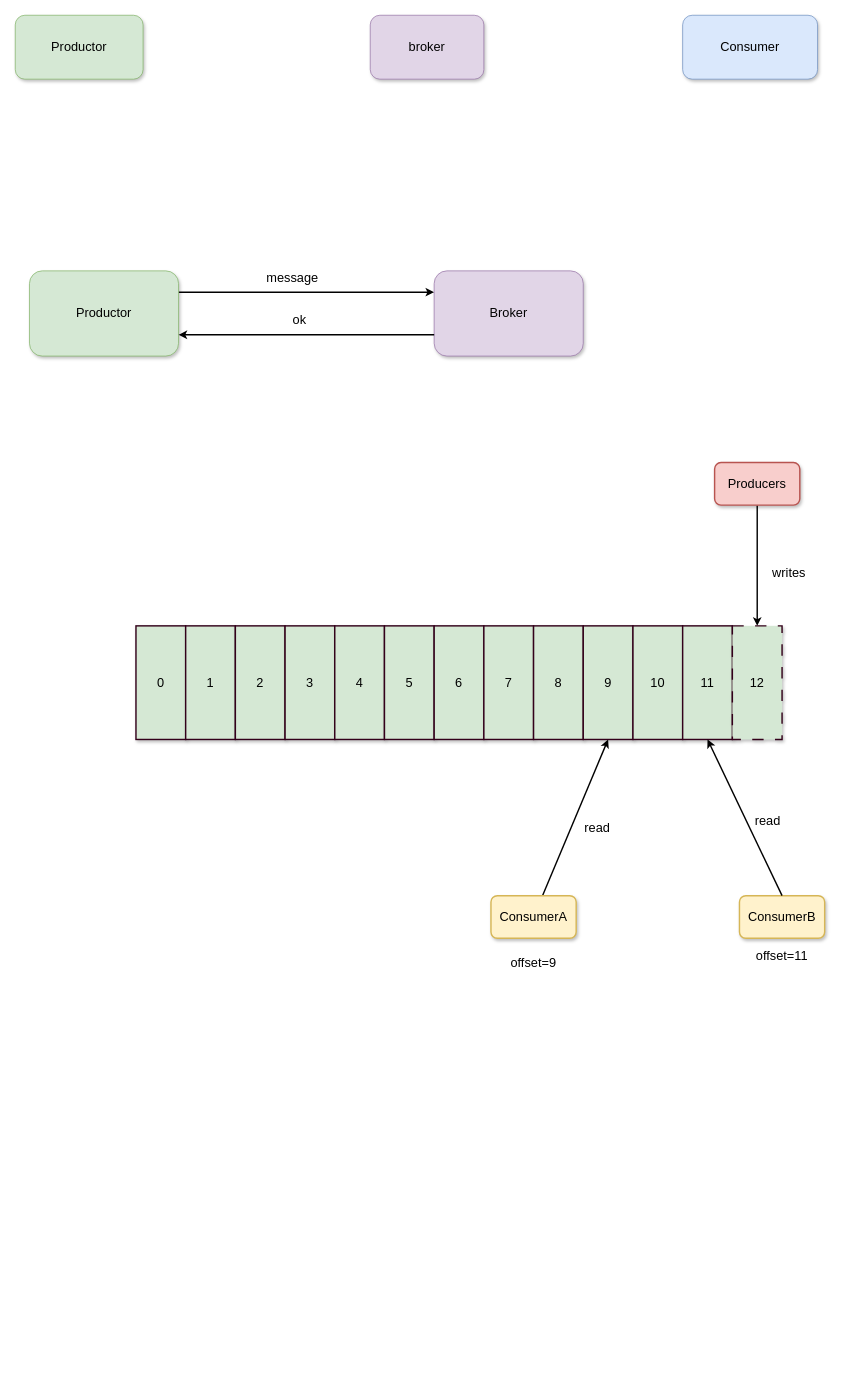
The draw.io diagram 07.mq/kafka/image/kafka.drawio in bee06/note, before the edit. Source tidied: cells renumbered, new cells numbered last; positions are measured from the earlier drawing's top-left corner, leaving out a move shared by most shapes. Both pictures are drawn from the tidied source at 71%, with x=0, y=0 at pixel (15, 15).
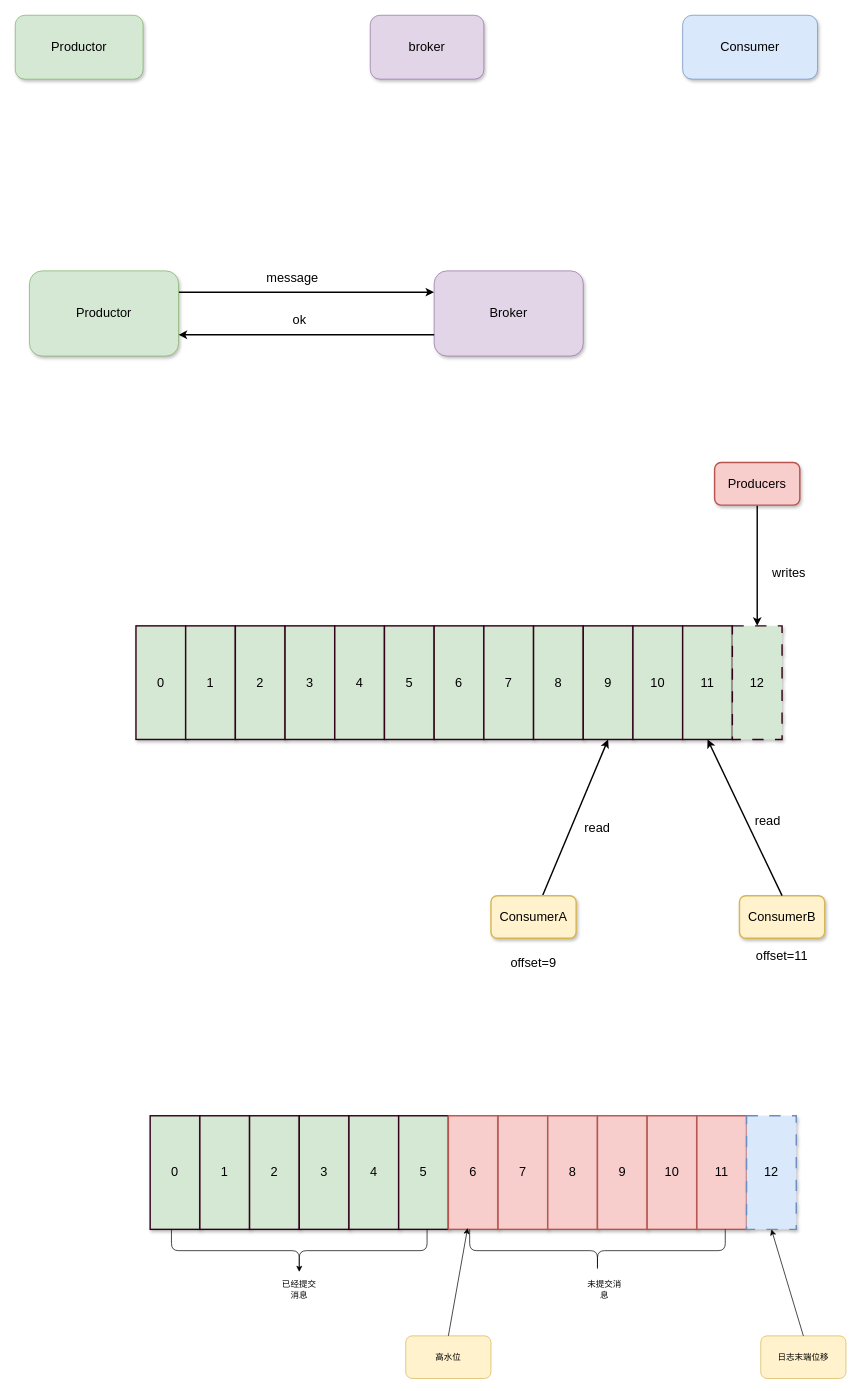
Above is the later version.

The edit, as a diff of the source:
```diff
@@
+    <mxCell id="36" value="0" style="rounded=0;whiteSpace=wrap;html=1;shadow=1;fontSize=18;fillColor=#d5e8d4;strokeColor=#33001A;glass=0;gradientColor=none;strokeWidth=2;" parent="1" vertex="1">
+      <mxGeometry x="190" y="1550" width="70" height="160" as="geometry" />
+    </mxCell>
+    <mxCell id="37" value="1" style="rounded=0;whiteSpace=wrap;html=1;shadow=1;fontSize=18;fillColor=#d5e8d4;strokeColor=#33001A;glass=0;gradientColor=none;strokeWidth=2;" parent="1" vertex="1">
+      <mxGeometry x="260" y="1550" width="70" height="160" as="geometry" />
+    </mxCell>
+    <mxCell id="38" value="2" style="rounded=0;whiteSpace=wrap;html=1;shadow=1;fontSize=18;fillColor=#d5e8d4;strokeColor=#33001A;glass=0;gradientColor=none;strokeWidth=2;" parent="1" vertex="1">
+      <mxGeometry x="330" y="1550" width="70" height="160" as="geometry" />
+    </mxCell>
+    <mxCell id="39" value="3" style="rounded=0;whiteSpace=wrap;html=1;shadow=1;fontSize=18;fillColor=#d5e8d4;strokeColor=#33001A;glass=0;gradientColor=none;strokeWidth=2;" parent="1" vertex="1">
+      <mxGeometry x="400" y="1550" width="70" height="160" as="geometry" />
+    </mxCell>
+    <mxCell id="40" value="4" style="rounded=0;whiteSpace=wrap;html=1;shadow=1;fontSize=18;fillColor=#d5e8d4;strokeColor=#33001A;glass=0;gradientColor=none;strokeWidth=2;" parent="1" vertex="1">
+      <mxGeometry x="470" y="1550" width="70" height="160" as="geometry" />
+    </mxCell>
+    <mxCell id="41" value="5" style="rounded=0;whiteSpace=wrap;html=1;shadow=1;fontSize=18;fillColor=#d5e8d4;strokeColor=#33001A;glass=0;gradientColor=none;strokeWidth=2;" parent="1" vertex="1">
+      <mxGeometry x="540" y="1550" width="70" height="160" as="geometry" />
+    </mxCell>
+    <mxCell id="42" value="6" style="rounded=0;whiteSpace=wrap;html=1;shadow=1;fontSize=18;fillColor=#f8cecc;strokeColor=#b85450;glass=0;strokeWidth=2;" parent="1" vertex="1">
+      <mxGeometry x="610" y="1550" width="70" height="160" as="geometry" />
+    </mxCell>
+    <mxCell id="43" value="7" style="rounded=0;whiteSpace=wrap;html=1;shadow=1;fontSize=18;fillColor=#f8cecc;strokeColor=#b85450;glass=0;strokeWidth=2;" parent="1" vertex="1">
+      <mxGeometry x="680" y="1550" width="70" height="160" as="geometry" />
+    </mxCell>
+    <mxCell id="44" value="8" style="rounded=0;whiteSpace=wrap;html=1;shadow=1;fontSize=18;fillColor=#f8cecc;strokeColor=#b85450;glass=0;strokeWidth=2;" parent="1" vertex="1">
+      <mxGeometry x="750" y="1550" width="70" height="160" as="geometry" />
+    </mxCell>
+    <mxCell id="45" value="9" style="rounded=0;whiteSpace=wrap;html=1;shadow=1;fontSize=18;fillColor=#f8cecc;strokeColor=#b85450;glass=0;strokeWidth=2;" parent="1" vertex="1">
+      <mxGeometry x="820" y="1550" width="70" height="160" as="geometry" />
+    </mxCell>
+    <mxCell id="46" value="10" style="rounded=0;whiteSpace=wrap;html=1;shadow=1;fontSize=18;fillColor=#f8cecc;strokeColor=#b85450;glass=0;strokeWidth=2;" parent="1" vertex="1">
+      <mxGeometry x="890" y="1550" width="70" height="160" as="geometry" />
+    </mxCell>
+    <mxCell id="47" value="11" style="rounded=0;whiteSpace=wrap;html=1;shadow=1;fontSize=18;fillColor=#f8cecc;strokeColor=#b85450;glass=0;strokeWidth=2;" parent="1" vertex="1">
+      <mxGeometry x="960" y="1550" width="70" height="160" as="geometry" />
+    </mxCell>
+    <mxCell id="48" value="12" style="rounded=0;whiteSpace=wrap;html=1;shadow=1;fontSize=18;fillColor=#dae8fc;strokeColor=#6c8ebf;glass=0;strokeWidth=2;dashed=1;dashPattern=8 8;" parent="1" vertex="1">
+      <mxGeometry x="1030" y="1550" width="70" height="160" as="geometry" />
+    </mxCell>
+    <mxCell id="49" style="edgeStyle=none;html=1;exitX=0.1;exitY=0.5;exitDx=0;exitDy=0;exitPerimeter=0;" parent="1" edge="1" source="50">
+      <mxGeometry relative="1" as="geometry">
+        <mxPoint x="400" y="1770" as="targetPoint" />
+      </mxGeometry>
+    </mxCell>
+    <mxCell id="50" style="shape=curlyBracket;whiteSpace=wrap;html=1;rounded=1;flipH=1;labelPosition=right;verticalLabelPosition=middle;align=left;verticalAlign=middle;rotation=90;" parent="1" vertex="1">
+      <mxGeometry x="370" y="1560" width="60" height="360" as="geometry" />
+    </mxCell>
+    <mxCell id="51" value="已经提交消息" style="text;html=1;strokeColor=none;fillColor=none;align=center;verticalAlign=middle;whiteSpace=wrap;rounded=0;" parent="1" vertex="1">
+      <mxGeometry x="370" y="1780" width="60" height="30" as="geometry" />
+    </mxCell>
+    <mxCell id="52" style="shape=curlyBracket;whiteSpace=wrap;html=1;rounded=1;flipH=1;labelPosition=right;verticalLabelPosition=middle;align=left;verticalAlign=middle;rotation=90;" parent="1" vertex="1">
+      <mxGeometry x="790" y="1560" width="60" height="360" as="geometry" />
+    </mxCell>
+    <mxCell id="53" value="未提交消息" style="text;html=1;strokeColor=none;fillColor=none;align=center;verticalAlign=middle;whiteSpace=wrap;rounded=0;" parent="1" vertex="1">
+      <mxGeometry x="800" y="1780" width="60" height="30" as="geometry" />
+    </mxCell>
+    <mxCell id="54" value="高水位" style="rounded=1;whiteSpace=wrap;html=1;fillColor=#fff2cc;strokeColor=#d6b656;" parent="1" vertex="1">
+      <mxGeometry x="550" y="1860" width="120" height="60" as="geometry" />
+    </mxCell>
+    <mxCell id="55" style="endArrow=classic;html=1;entryX=1.033;entryY=1.008;entryDx=0;entryDy=0;entryPerimeter=0;exitX=0.5;exitY=0;exitDx=0;exitDy=0;" parent="1" edge="1" source="54" target="52">
+      <mxGeometry relative="1" as="geometry" />
+    </mxCell>
+    <mxCell id="56" value="日志末端位移" style="rounded=1;whiteSpace=wrap;html=1;fillColor=#fff2cc;strokeColor=#d6b656;" parent="1" vertex="1">
+      <mxGeometry x="1050" y="1860" width="120" height="60" as="geometry" />
+    </mxCell>
+    <mxCell id="57" style="endArrow=classic;html=1;entryX=0.5;entryY=1;entryDx=0;entryDy=0;exitX=0.5;exitY=0;exitDx=0;exitDy=0;" parent="1" edge="1" source="56" target="48">
+      <mxGeometry relative="1" as="geometry" />
+    </mxCell>
```
